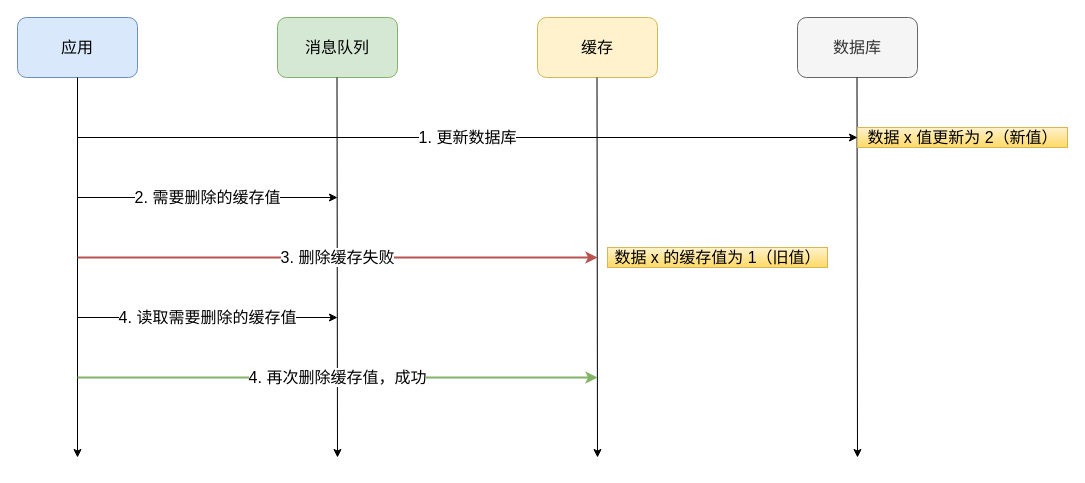
Before: redis/缓存/删除缓存失败.drawio in xiaolincoder/ImageHost4, a draw.io diagram. Source tidied: cells renumbered, new cells numbered last; positions are measured from the earlier drawing's top-left corner, leaving out a move shared by most shapes. Both pictures are drawn from the tidied source at 100%, with x=0, y=0 at pixel (17, 17).
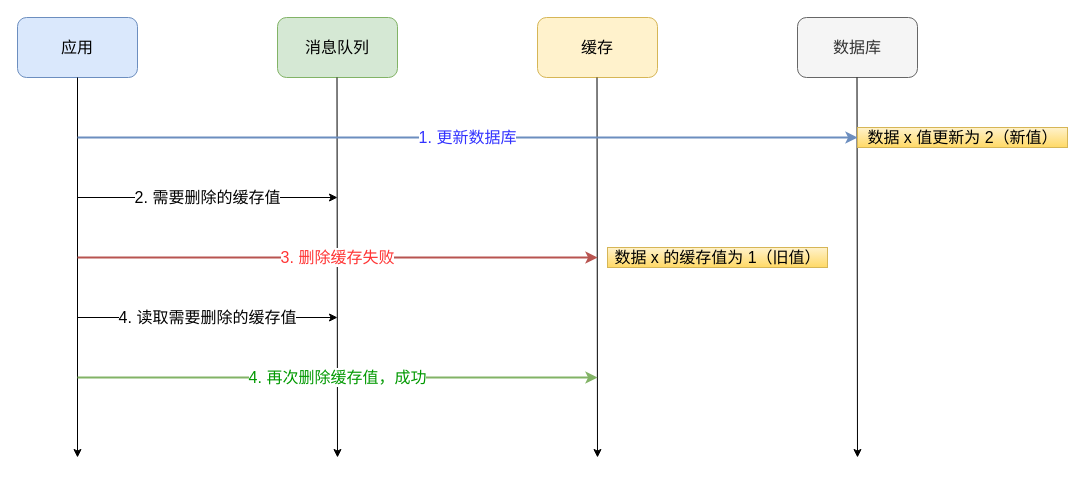
The same diagram, later.

Commit message (it also covers changes not shown here):
更新删除缓存失败.drawio

Change to the diagram source:
```diff
@@
-    <mxCell id="10" value="1. 更新数据库" style="endArrow=classic;html=1;fontSize=16;" parent="1" edge="1">
+    <mxCell id="10" value="1. 更新数据库" style="endArrow=classic;html=1;fontSize=16;gradientColor=#7ea6e0;fillColor=#dae8fc;strokeColor=#6c8ebf;strokeWidth=2;fontColor=#3333FF;" parent="1" edge="1">
       <mxGeometry relative="1" as="geometry">
         <mxPoint x="60" y="120" as="sourcePoint" />
         <mxPoint x="840" y="120" as="targetPoint" />
       </mxGeometry>
     </mxCell>
@@
-    <mxCell id="12" value="3. 删除缓存失败" style="endArrow=classic;html=1;fontSize=16;gradientColor=#ea6b66;fillColor=#f8cecc;strokeColor=#b85450;strokeWidth=2;" parent="1" edge="1">
+    <mxCell id="12" value="3. 删除缓存失败" style="endArrow=classic;html=1;fontSize=16;gradientColor=#ea6b66;fillColor=#f8cecc;strokeColor=#b85450;strokeWidth=2;fontColor=#FF3333;" parent="1" edge="1">
       <mxGeometry relative="1" as="geometry">
         <mxPoint x="60" y="240" as="sourcePoint" />
         <mxPoint x="580" y="240" as="targetPoint" />
       </mxGeometry>
     </mxCell>
@@
-    <mxCell id="14" value="4. 再次删除缓存值，成功" style="endArrow=classic;html=1;fontSize=16;gradientColor=#97d077;fillColor=#d5e8d4;strokeColor=#82b366;strokeWidth=2;" parent="1" edge="1">
+    <mxCell id="14" value="4. 再次删除缓存值，成功" style="endArrow=classic;html=1;fontSize=16;gradientColor=#97d077;fillColor=#d5e8d4;strokeColor=#82b366;strokeWidth=2;fontColor=#009900;" parent="1" edge="1">
       <mxGeometry relative="1" as="geometry">
         <mxPoint x="60" y="360" as="sourcePoint" />
         <mxPoint x="580" y="360" as="targetPoint" />
       </mxGeometry>
     </mxCell>
```
